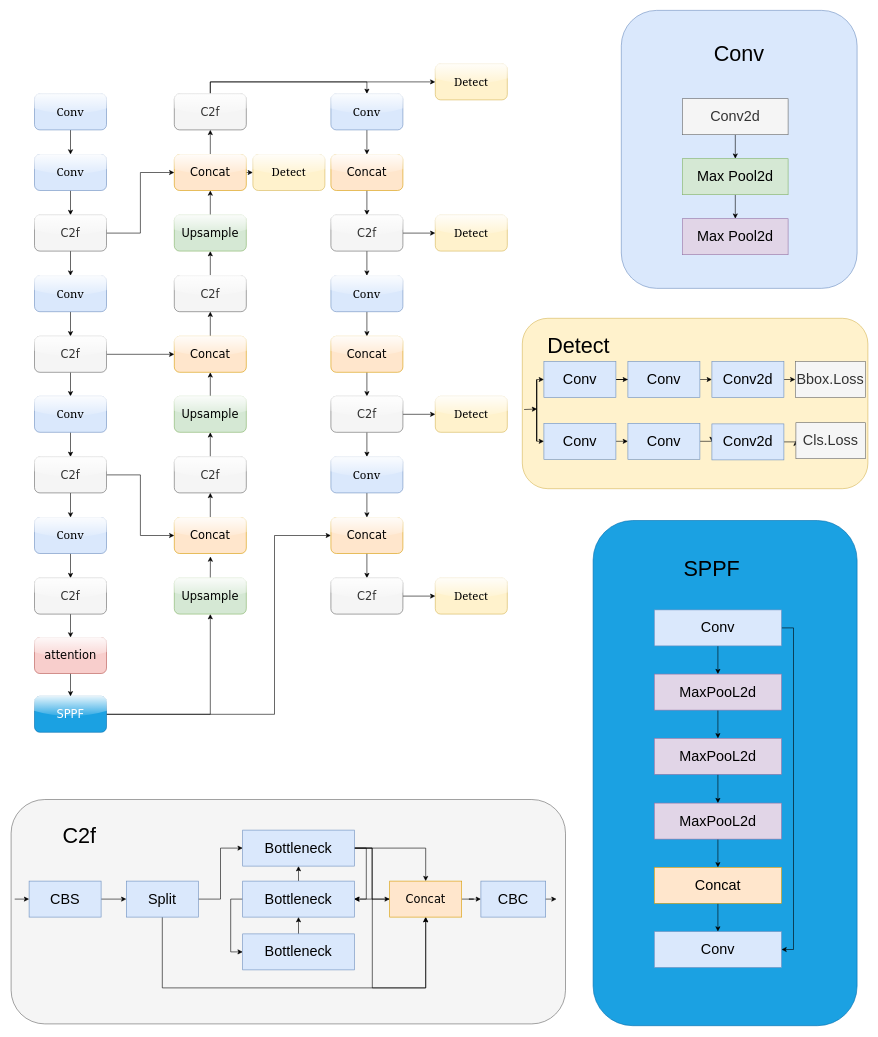
xingkongyuan22/xingkongyuan22 keeps this draw.io diagram as test.drawio. Above is the earlier version. Source tidied: cells renumbered, new cells numbered last; positions are measured from the earlier drawing's top-left corner, leaving out a move shared by most shapes. Both pictures are drawn from the tidied source at 60%, with x=0, y=0 at pixel (11, 10).
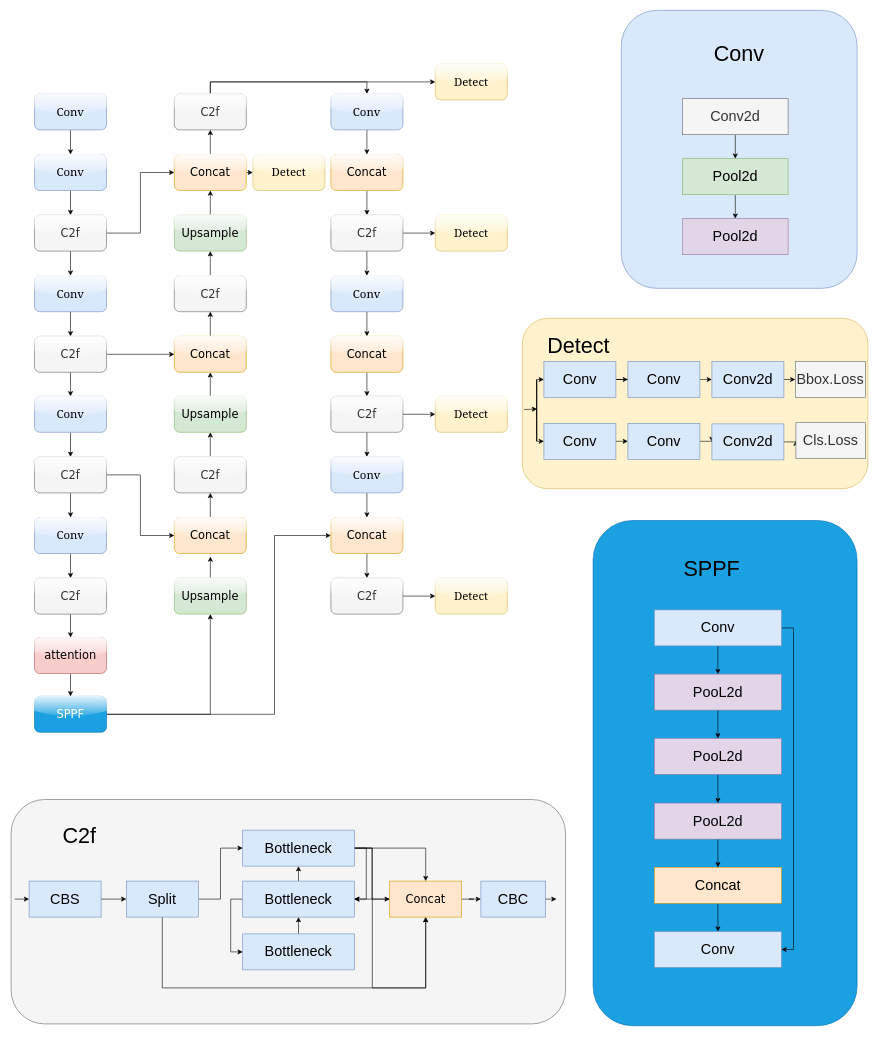
The same diagram, later.

Diff of the diagram source:
```diff
@@
-    <mxCell id="97" value="&lt;span style=&quot;font-size: 24px;&quot;&gt;Max Pool2d&lt;/span&gt;" style="rounded=0;whiteSpace=wrap;html=1;fillColor=#e1d5e7;strokeColor=#9673a6;" parent="1" vertex="1">
+    <mxCell id="97" value="&lt;span style=&quot;font-size: 24px;&quot;&gt;Pool2d&lt;/span&gt;" style="rounded=0;whiteSpace=wrap;html=1;fillColor=#e1d5e7;strokeColor=#9673a6;" parent="1" vertex="1">
       <mxGeometry x="1119" y="347" width="176" height="60" as="geometry" />
     </mxCell>
@@
-    <mxCell id="99" value="&lt;font style=&quot;font-size: 24px;&quot;&gt;Max Pool2d&lt;/font&gt;" style="rounded=0;whiteSpace=wrap;html=1;fillColor=#d5e8d4;strokeColor=#82b366;" parent="1" vertex="1">
+    <mxCell id="99" value="&lt;font style=&quot;font-size: 24px;&quot;&gt;Pool2d&lt;/font&gt;" style="rounded=0;whiteSpace=wrap;html=1;fillColor=#d5e8d4;strokeColor=#82b366;" parent="1" vertex="1">
       <mxGeometry x="1119" y="247" width="176" height="60" as="geometry" />
     </mxCell>
@@
-    <mxCell id="108" value="&lt;font style=&quot;font-size: 24px;&quot;&gt;MaxPooL2d&lt;/font&gt;" style="rounded=0;whiteSpace=wrap;html=1;fillColor=#e1d5e7;strokeColor=#9673a6;flipH=1;flipV=1;" parent="1" vertex="1">
+    <mxCell id="108" value="&lt;font style=&quot;font-size: 24px;&quot;&gt;PooL2d&lt;/font&gt;" style="rounded=0;whiteSpace=wrap;html=1;fillColor=#e1d5e7;strokeColor=#9673a6;flipH=1;flipV=1;" parent="1" vertex="1">
       <mxGeometry x="1072" y="1106" width="212" height="60" as="geometry" />
     </mxCell>
@@
-    <mxCell id="110" value="&lt;font style=&quot;font-size: 24px;&quot;&gt;MaxPooL2d&lt;/font&gt;" style="rounded=0;whiteSpace=wrap;html=1;fillColor=#e1d5e7;strokeColor=#9673a6;flipH=1;flipV=1;" parent="1" vertex="1">
+    <mxCell id="110" value="&lt;font style=&quot;font-size: 24px;&quot;&gt;PooL2d&lt;/font&gt;" style="rounded=0;whiteSpace=wrap;html=1;fillColor=#e1d5e7;strokeColor=#9673a6;flipH=1;flipV=1;" parent="1" vertex="1">
       <mxGeometry x="1072" y="1213" width="212" height="60" as="geometry" />
     </mxCell>
@@
-    <mxCell id="112" value="&lt;font style=&quot;font-size: 24px;&quot;&gt;MaxPooL2d&lt;/font&gt;" style="rounded=0;whiteSpace=wrap;html=1;fillColor=#e1d5e7;strokeColor=#9673a6;flipH=1;flipV=1;" parent="1" vertex="1">
+    <mxCell id="112" value="&lt;font style=&quot;font-size: 24px;&quot;&gt;PooL2d&lt;/font&gt;" style="rounded=0;whiteSpace=wrap;html=1;fillColor=#e1d5e7;strokeColor=#9673a6;flipH=1;flipV=1;" parent="1" vertex="1">
       <mxGeometry x="1072" y="1321" width="212" height="60" as="geometry" />
     </mxCell>
```
